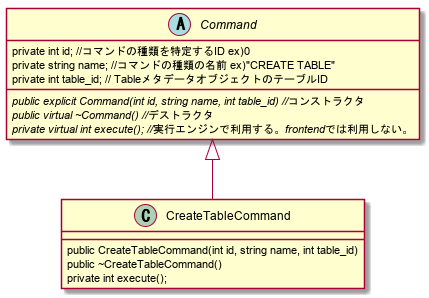
The PlantUML diagram docs/design/img/out/Command/Command.png in project-tsurugi/tsurugi_fdw, before a commit.
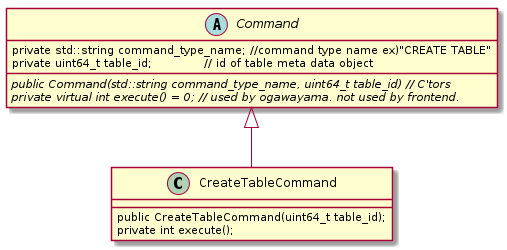
Later version of the same file.

The edit, as a diff of the source:
```diff
@@ -3,18 +3,15 @@
 Command <|-- CreateTableCommand
 
 abstract class Command{
-	{field} private int id; //コマンドの種類を特定するID ex)0
-	{field} private string name; //コマンドの種類の名前 ex)"CREATE TABLE"
-	{field} private int table_id; // TableメタデータオブジェクトのテーブルID
+	{field} private std::string command_type_name; //command type name ex)"CREATE TABLE"
+	{field} private uint64_t table_id;             // id of table meta data object
 
-	{abstract} public explicit Command(int id, string name, int table_id) //コンストラクタ
-	{abstract} public virtual ~Command() //デストラクタ
-    {abstract} private virtual int execute(); //実行エンジンで利用する。frontendでは利用しない。
+	{abstract} public Command(std::string command_type_name, uint64_t table_id) // C'tors
+    {abstract} private virtual int execute() = 0; // used by ogawayama. not used by frontend.
 }
 
 class CreateTableCommand{
-	public CreateTableCommand(int id, string name, int table_id)
-	public ~CreateTableCommand()
+	public CreateTableCommand(uint64_t table_id);
     private int execute();
 }
 
```
